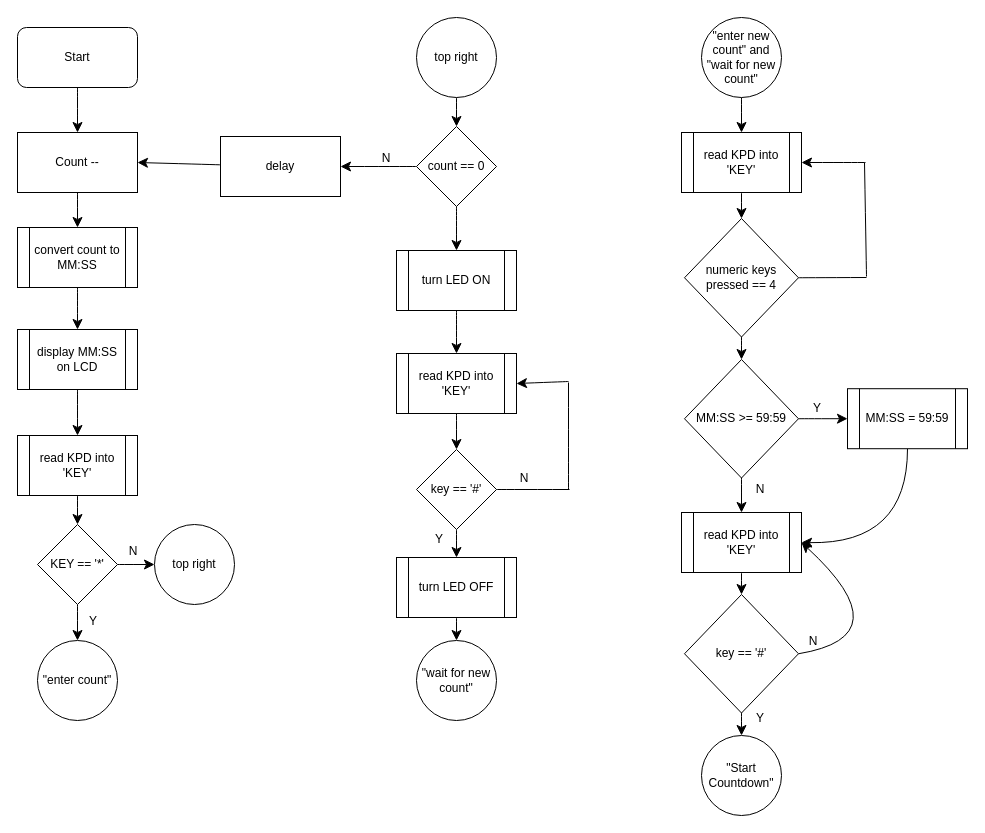
Above: ee329A3.drawio in psp-player/ee329 (draw.io), before the change. Source tidied: cells renumbered, new cells numbered last; positions are measured from the earlier drawing's top-left corner, leaving out a move shared by most shapes. Both pictures are drawn from the tidied source at 100%, with x=0, y=0 at pixel (17, 17).
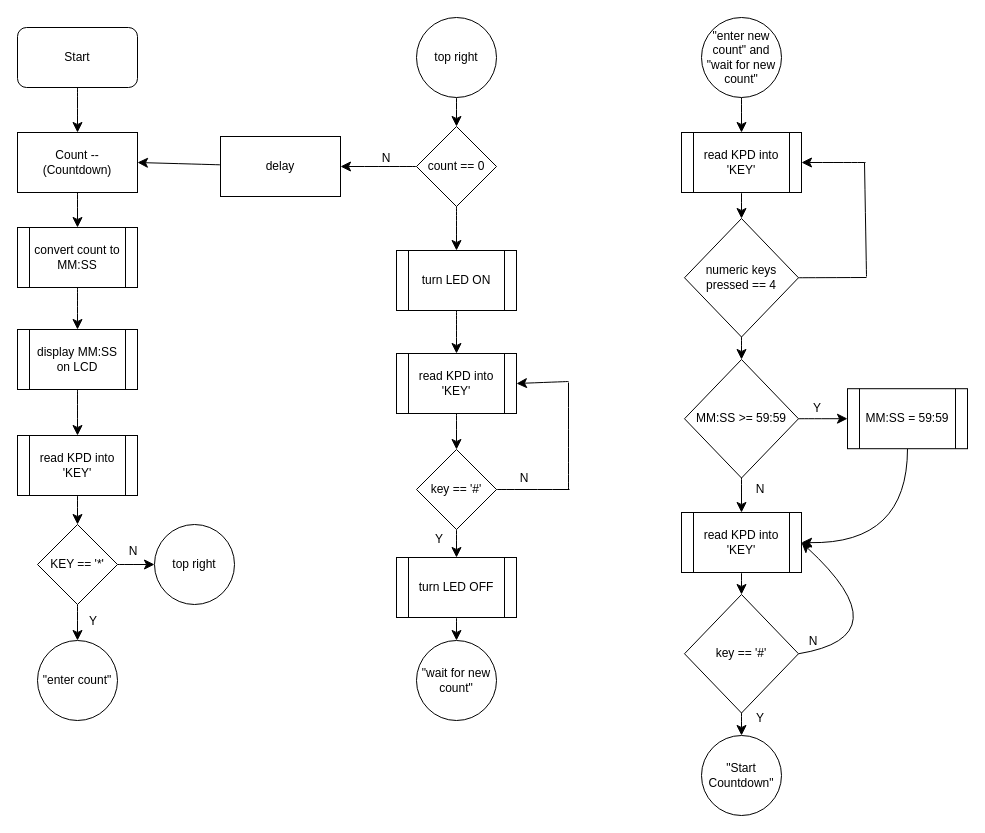
After the change.

What changed in the source:
```diff
@@
-    <mxCell id="5" value="Count --" style="rounded=0;whiteSpace=wrap;html=1;" parent="1" vertex="1">
+    <mxCell id="5" value="Count --&lt;div&gt;(Countdown)&lt;/div&gt;" style="rounded=0;whiteSpace=wrap;html=1;" parent="1" vertex="1">
       <mxGeometry y="115" width="120" height="60" as="geometry" />
     </mxCell>
```
